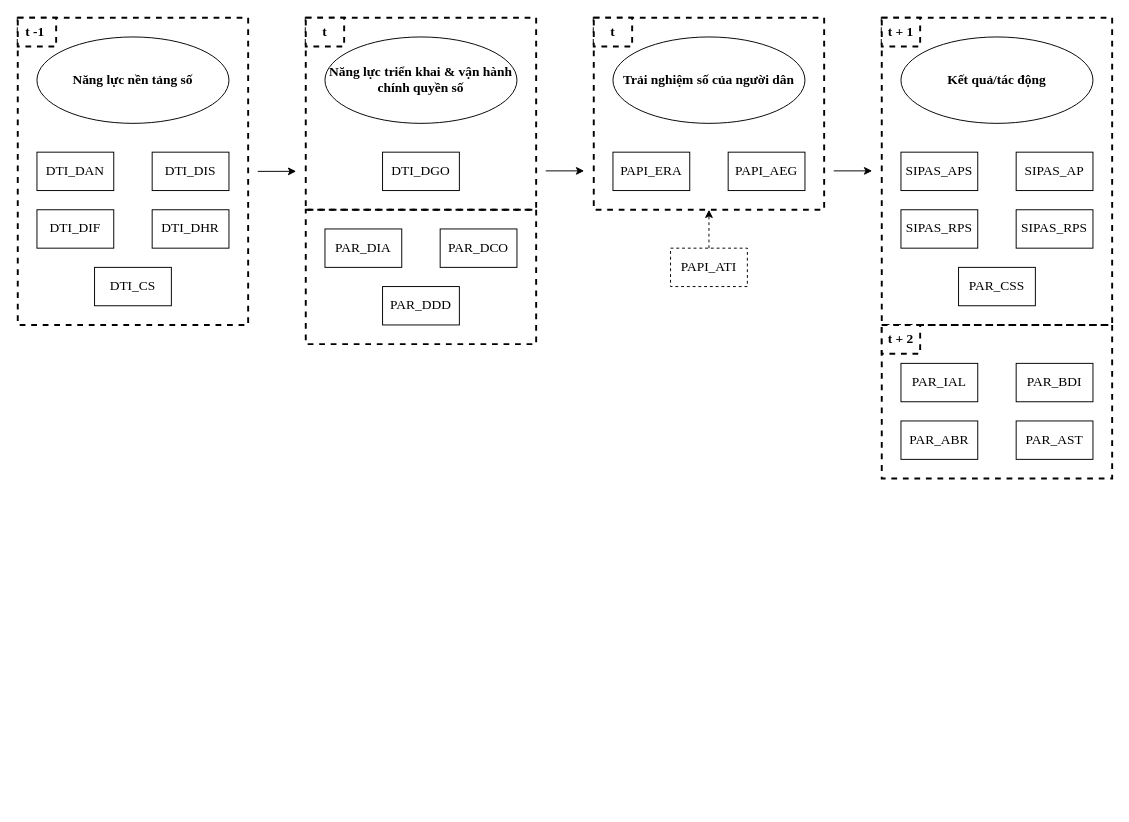
Above: Untitled Diagram.drawio in hnks-gh/draw.io (draw.io), before the change. Source tidied: cells renumbered, new cells numbered last; positions are measured from the earlier drawing's top-left corner, leaving out a move shared by most shapes. Both pictures are drawn from the tidied source at 96%, with x=0, y=0 at pixel (17, 17).
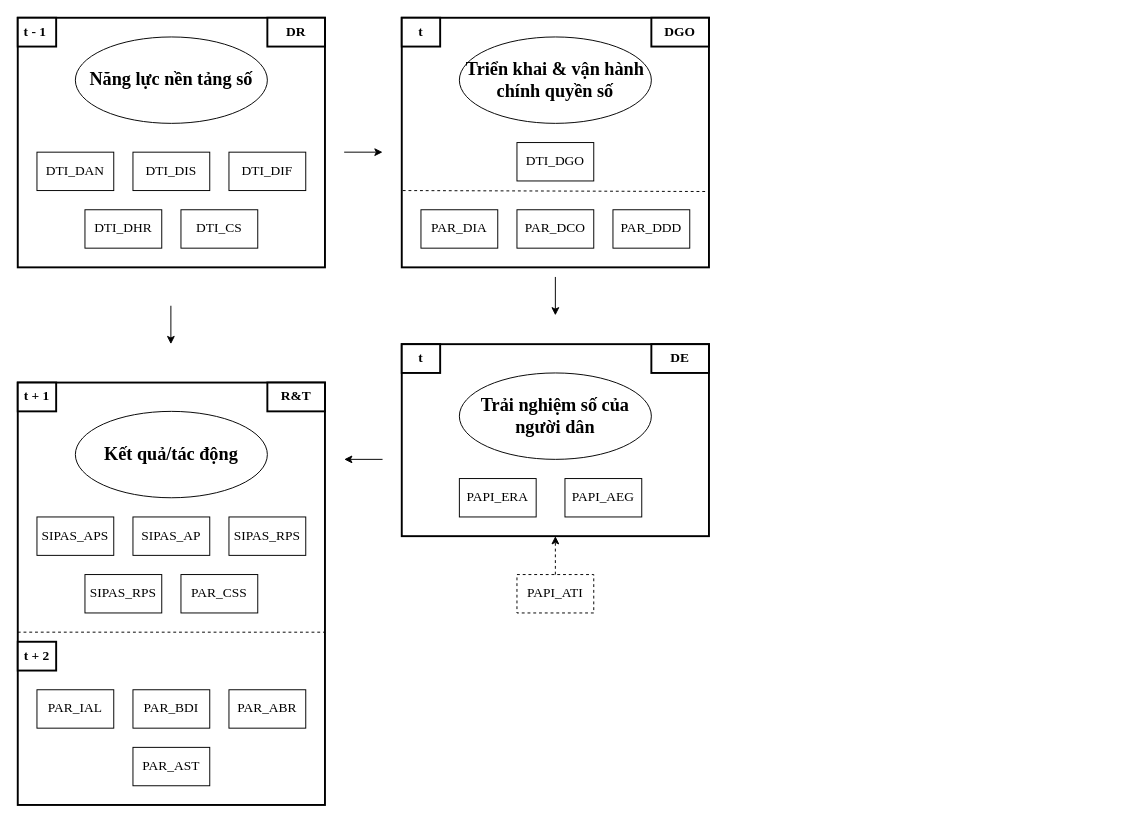
After the change.

Change to the diagram source:
```diff
@@
-    <mxCell id="2" style="rounded=0;whiteSpace=wrap;html=1;strokeWidth=2;fillColor=none;dashed=1;fontFamily=Times New Roman;fontSize=14;" parent="1" vertex="1">
-      <mxGeometry width="240" height="320" as="geometry" />
+    <mxCell id="2" style="rounded=0;whiteSpace=wrap;html=1;strokeWidth=2;fillColor=none;fontFamily=Times New Roman;fontSize=14;" parent="1" vertex="1">
+      <mxGeometry width="320" height="260" as="geometry" />
     </mxCell>
-    <mxCell id="3" style="rounded=0;whiteSpace=wrap;html=1;strokeWidth=2;fillColor=none;dashed=1;fontFamily=Times New Roman;fontSize=14;" parent="1" vertex="1">
-      <mxGeometry x="300" y="200" width="240" height="140" as="geometry" />
-    </mxCell>
-    <mxCell id="4" style="rounded=0;whiteSpace=wrap;html=1;strokeWidth=2;fillColor=none;dashed=1;fontFamily=Times New Roman;fontSize=14;" parent="1" vertex="1">
-      <mxGeometry x="900" y="320" width="240" height="160" as="geometry" />
-    </mxCell>
-    <mxCell id="5" style="rounded=0;whiteSpace=wrap;html=1;strokeWidth=2;fillColor=none;dashed=1;fontFamily=Times New Roman;fontSize=14;" parent="1" vertex="1">
-      <mxGeometry x="900" width="240" height="320" as="geometry" />
+    <mxCell id="5" style="rounded=0;whiteSpace=wrap;html=1;strokeWidth=2;fillColor=none;fontFamily=Times New Roman;fontSize=14;" parent="1" vertex="1">
+      <mxGeometry y="380" width="320" height="440" as="geometry" />
     </mxCell>
-    <mxCell id="6" style="rounded=0;whiteSpace=wrap;html=1;strokeWidth=2;fillColor=none;dashed=1;fontFamily=Times New Roman;fontSize=14;" parent="1" vertex="1">
-      <mxGeometry x="600" width="240" height="200" as="geometry" />
+    <mxCell id="6" style="rounded=0;whiteSpace=wrap;html=1;strokeWidth=2;fillColor=none;fontFamily=Times New Roman;fontSize=14;" parent="1" vertex="1">
+      <mxGeometry x="400" y="340" width="320" height="200" as="geometry" />
     </mxCell>
-    <mxCell id="7" style="rounded=0;whiteSpace=wrap;html=1;strokeWidth=2;fillColor=none;dashed=1;fontFamily=Times New Roman;fontSize=14;" parent="1" vertex="1">
-      <mxGeometry x="300" width="240" height="200" as="geometry" />
+    <mxCell id="7" style="rounded=0;whiteSpace=wrap;html=1;strokeWidth=2;fillColor=none;fontFamily=Times New Roman;fontSize=14;" parent="1" vertex="1">
+      <mxGeometry x="400" width="320" height="260" as="geometry" />
     </mxCell>
@@
-    <mxCell id="9" value="Năng lực nền tảng số" style="ellipse;whiteSpace=wrap;html=1;fontFamily=Times New Roman;fontSize=14;fontStyle=1;" parent="1" vertex="1">
-      <mxGeometry x="20" y="20" width="200" height="90" as="geometry" />
+    <mxCell id="9" value="Năng lực nền tảng số" style="ellipse;whiteSpace=wrap;html=1;fontFamily=Times New Roman;fontSize=19;fontStyle=1;" parent="1" vertex="1">
+      <mxGeometry x="60" y="20" width="200" height="90" as="geometry" />
     </mxCell>
     <mxCell id="10" value="DTI_DIS" style="rounded=0;whiteSpace=wrap;html=1;fontFamily=Times New Roman;fontSize=14;" parent="1" vertex="1">
-      <mxGeometry x="140" y="140" width="80" height="40" as="geometry" />
+      <mxGeometry x="120" y="140" width="80" height="40" as="geometry" />
     </mxCell>
     <mxCell id="11" value="DTI_DIF" style="rounded=0;whiteSpace=wrap;html=1;fontFamily=Times New Roman;fontSize=14;" parent="1" vertex="1">
-      <mxGeometry x="20" y="200" width="80" height="40" as="geometry" />
+      <mxGeometry x="220" y="140" width="80" height="40" as="geometry" />
     </mxCell>
     <mxCell id="12" value="DTI_DHR" style="rounded=0;whiteSpace=wrap;html=1;fontFamily=Times New Roman;fontSize=14;" parent="1" vertex="1">
-      <mxGeometry x="140" y="200" width="80" height="40" as="geometry" />
+      <mxGeometry x="70" y="200" width="80" height="40" as="geometry" />
     </mxCell>
     <mxCell id="13" value="DTI_CS" style="rounded=0;whiteSpace=wrap;html=1;fontFamily=Times New Roman;fontSize=14;" parent="1" vertex="1">
-      <mxGeometry x="80" y="260" width="80" height="40" as="geometry" />
+      <mxGeometry x="170" y="200" width="80" height="40" as="geometry" />
     </mxCell>
-    <mxCell id="14" value="Năng lực triển khai &amp;amp; vận hành chính quyền số" style="ellipse;whiteSpace=wrap;html=1;fontFamily=Times New Roman;fontSize=14;fontStyle=1;" parent="1" vertex="1">
-      <mxGeometry x="320" y="20" width="200" height="90" as="geometry" />
+    <mxCell id="14" value="Triển khai &amp;amp; vận&amp;nbsp;&lt;span style=&quot;background-color: transparent; color: light-dark(rgb(0, 0, 0), rgb(255, 255, 255));&quot;&gt;hành chính quyền số&lt;/span&gt;" style="ellipse;whiteSpace=wrap;html=1;fontFamily=Times New Roman;fontSize=19;fontStyle=1;" parent="1" vertex="1">
+      <mxGeometry x="460" y="20" width="200" height="90" as="geometry" />
     </mxCell>
     <mxCell id="15" value="DTI_DGO" style="rounded=0;whiteSpace=wrap;html=1;fontFamily=Times New Roman;fontSize=14;" parent="1" vertex="1">
-      <mxGeometry x="380" y="140" width="80" height="40" as="geometry" />
+      <mxGeometry x="520" y="130" width="80" height="40" as="geometry" />
     </mxCell>
     <mxCell id="16" value="PAR_DDD" style="rounded=0;whiteSpace=wrap;html=1;fontFamily=Times New Roman;fontSize=14;" parent="1" vertex="1">
-      <mxGeometry x="380" y="280" width="80" height="40" as="geometry" />
+      <mxGeometry x="620" y="200" width="80" height="40" as="geometry" />
     </mxCell>
     <mxCell id="17" value="PAR_DIA" style="rounded=0;whiteSpace=wrap;html=1;fontFamily=Times New Roman;fontSize=14;" parent="1" vertex="1">
-      <mxGeometry x="320" y="220" width="80" height="40" as="geometry" />
+      <mxGeometry x="420" y="200" width="80" height="40" as="geometry" />
     </mxCell>
     <mxCell id="18" value="PAR_DCO" style="rounded=0;whiteSpace=wrap;html=1;fontFamily=Times New Roman;fontSize=14;" parent="1" vertex="1">
-      <mxGeometry x="440" y="220" width="80" height="40" as="geometry" />
+      <mxGeometry x="520" y="200" width="80" height="40" as="geometry" />
     </mxCell>
-    <mxCell id="19" value="Trải nghiệm số của người dân" style="ellipse;whiteSpace=wrap;html=1;fontFamily=Times New Roman;fontSize=14;fontStyle=1;" parent="1" vertex="1">
-      <mxGeometry x="620" y="20" width="200" height="90" as="geometry" />
+    <mxCell id="19" value="Trải nghiệm số của người dân" style="ellipse;whiteSpace=wrap;html=1;fontFamily=Times New Roman;fontSize=19;fontStyle=1;" parent="1" vertex="1">
+      <mxGeometry x="460" y="370" width="200" height="90" as="geometry" />
     </mxCell>
     <mxCell id="20" value="PAPI_ATI" style="rounded=0;whiteSpace=wrap;html=1;dashed=1;fontFamily=Times New Roman;fontSize=14;" parent="1" vertex="1">
-      <mxGeometry x="680" y="240" width="80" height="40" as="geometry" />
+      <mxGeometry x="520" y="580" width="80" height="40" as="geometry" />
     </mxCell>
     <mxCell id="21" value="PAPI_AEG" style="rounded=0;whiteSpace=wrap;html=1;fontFamily=Times New Roman;fontSize=14;" parent="1" vertex="1">
-      <mxGeometry x="740" y="140" width="80" height="40" as="geometry" />
+      <mxGeometry x="570" y="480" width="80" height="40" as="geometry" />
     </mxCell>
     <mxCell id="22" value="PAPI_ERA" style="rounded=0;whiteSpace=wrap;html=1;fontFamily=Times New Roman;fontSize=14;" parent="1" vertex="1">
-      <mxGeometry x="620" y="140" width="80" height="40" as="geometry" />
+      <mxGeometry x="460" y="480" width="80" height="40" as="geometry" />
     </mxCell>
-    <mxCell id="23" value="Kết quả/tác động" style="ellipse;whiteSpace=wrap;html=1;fontFamily=Times New Roman;fontSize=14;fontStyle=1;" parent="1" vertex="1">
-      <mxGeometry x="920" y="20" width="200" height="90" as="geometry" />
+    <mxCell id="23" value="Kết quả/tác động" style="ellipse;whiteSpace=wrap;html=1;fontFamily=Times New Roman;fontSize=19;fontStyle=1;" parent="1" vertex="1">
+      <mxGeometry x="60" y="410" width="200" height="90" as="geometry" />
     </mxCell>
     <mxCell id="24" value="SIPAS_APS" style="rounded=0;whiteSpace=wrap;html=1;fontFamily=Times New Roman;fontSize=14;" parent="1" vertex="1">
-      <mxGeometry x="920" y="140" width="80" height="40" as="geometry" />
+      <mxGeometry x="20" y="520" width="80" height="40" as="geometry" />
     </mxCell>
     <mxCell id="25" value="SIPAS_AP" style="rounded=0;whiteSpace=wrap;html=1;fontFamily=Times New Roman;fontSize=14;" parent="1" vertex="1">
-      <mxGeometry x="1040" y="140" width="80" height="40" as="geometry" />
+      <mxGeometry x="120" y="520" width="80" height="40" as="geometry" />
     </mxCell>
     <mxCell id="26" value="SIPAS_RPS" style="rounded=0;whiteSpace=wrap;html=1;fontFamily=Times New Roman;fontSize=14;" parent="1" vertex="1">
-      <mxGeometry x="920" y="200" width="80" height="40" as="geometry" />
+      <mxGeometry x="220" y="520" width="80" height="40" as="geometry" />
     </mxCell>
     <mxCell id="27" value="SIPAS_RPS" style="rounded=0;whiteSpace=wrap;html=1;fontFamily=Times New Roman;fontSize=14;" parent="1" vertex="1">
-      <mxGeometry x="1040" y="200" width="80" height="40" as="geometry" />
+      <mxGeometry x="70" y="580" width="80" height="40" as="geometry" />
     </mxCell>
     <mxCell id="28" value="PAR_CSS" style="rounded=0;whiteSpace=wrap;html=1;fontFamily=Times New Roman;fontSize=14;" parent="1" vertex="1">
-      <mxGeometry x="980" y="260" width="80" height="40" as="geometry" />
+      <mxGeometry x="170" y="580" width="80" height="40" as="geometry" />
     </mxCell>
     <mxCell id="29" value="PAR_IAL" style="rounded=0;whiteSpace=wrap;html=1;fontFamily=Times New Roman;fontSize=14;" parent="1" vertex="1">
-      <mxGeometry x="920" y="360" width="80" height="40" as="geometry" />
+      <mxGeometry x="20" y="700" width="80" height="40" as="geometry" />
     </mxCell>
     <mxCell id="30" value="PAR_BDI" style="rounded=0;whiteSpace=wrap;html=1;fontFamily=Times New Roman;fontSize=14;" parent="1" vertex="1">
-      <mxGeometry x="1040" y="360" width="80" height="40" as="geometry" />
+      <mxGeometry x="120" y="700" width="80" height="40" as="geometry" />
     </mxCell>
     <mxCell id="31" value="PAR_ABR" style="rounded=0;whiteSpace=wrap;html=1;fontFamily=Times New Roman;fontSize=14;" parent="1" vertex="1">
-      <mxGeometry x="920" y="420" width="80" height="40" as="geometry" />
+      <mxGeometry x="220" y="700" width="80" height="40" as="geometry" />
     </mxCell>
     <mxCell id="32" value="PAR_AST" style="rounded=0;whiteSpace=wrap;html=1;fontFamily=Times New Roman;fontSize=14;" parent="1" vertex="1">
-      <mxGeometry x="1040" y="420" width="80" height="40" as="geometry" />
+      <mxGeometry x="120" y="760" width="80" height="40" as="geometry" />
     </mxCell>
@@
     <mxCell id="34" style="endArrow=classic;html=1;rounded=0;" parent="1" edge="1">
       <mxGeometry relative="1" as="geometry">
-        <mxPoint x="250" y="160" as="sourcePoint" />
-        <mxPoint x="290" y="160" as="targetPoint" />
+        <mxPoint x="340" y="140" as="sourcePoint" />
+        <mxPoint x="380" y="140" as="targetPoint" />
       </mxGeometry>
     </mxCell>
     <mxCell id="35" style="endArrow=classic;html=1;rounded=0;" parent="1" edge="1">
       <mxGeometry relative="1" as="geometry">
-        <mxPoint x="550" y="159.5" as="sourcePoint" />
-        <mxPoint x="590" y="159.5" as="targetPoint" />
+        <mxPoint x="560" y="270" as="sourcePoint" />
+        <mxPoint x="560" y="310" as="targetPoint" />
       </mxGeometry>
     </mxCell>
     <mxCell id="36" style="endArrow=classic;html=1;rounded=0;" parent="1" edge="1">
       <mxGeometry relative="1" as="geometry">
-        <mxPoint x="850" y="159.5" as="sourcePoint" />
-        <mxPoint x="890" y="159.5" as="targetPoint" />
+        <mxPoint x="380" y="460" as="sourcePoint" />
+        <mxPoint x="340" y="460" as="targetPoint" />
       </mxGeometry>
     </mxCell>
-    <mxCell id="37" value="&lt;b&gt;t -1&amp;nbsp;&lt;/b&gt;" style="rounded=0;whiteSpace=wrap;html=1;fontFamily=Times New Roman;fontSize=14;dashed=1;strokeWidth=2;" parent="1" vertex="1">
+    <mxCell id="37" value="&lt;b&gt;t - 1&amp;nbsp;&lt;/b&gt;" style="rounded=0;whiteSpace=wrap;html=1;fontFamily=Times New Roman;fontSize=14;strokeWidth=2;" parent="1" vertex="1">
       <mxGeometry width="40" height="30" as="geometry" />
     </mxCell>
-    <mxCell id="38" value="&lt;b&gt;t&lt;/b&gt;" style="rounded=0;whiteSpace=wrap;html=1;fontFamily=Times New Roman;fontSize=14;dashed=1;strokeWidth=2;" parent="1" vertex="1">
-      <mxGeometry x="300" width="40" height="30" as="geometry" />
+    <mxCell id="38" value="&lt;b&gt;t&lt;/b&gt;" style="rounded=0;whiteSpace=wrap;html=1;fontFamily=Times New Roman;fontSize=14;strokeWidth=2;" parent="1" vertex="1">
+      <mxGeometry x="400" width="40" height="30" as="geometry" />
     </mxCell>
-    <mxCell id="39" value="&lt;b&gt;t&lt;/b&gt;" style="rounded=0;whiteSpace=wrap;html=1;fontFamily=Times New Roman;fontSize=14;dashed=1;strokeWidth=2;" parent="1" vertex="1">
-      <mxGeometry x="600" width="40" height="30" as="geometry" />
+    <mxCell id="39" value="&lt;b&gt;t&lt;/b&gt;" style="rounded=0;whiteSpace=wrap;html=1;fontFamily=Times New Roman;fontSize=14;strokeWidth=2;" parent="1" vertex="1">
+      <mxGeometry x="400" y="340" width="40" height="30" as="geometry" />
     </mxCell>
-    <mxCell id="40" value="&lt;b&gt;t + 1&lt;/b&gt;" style="rounded=0;whiteSpace=wrap;html=1;fontFamily=Times New Roman;fontSize=14;dashed=1;strokeWidth=2;" parent="1" vertex="1">
-      <mxGeometry x="900" width="40" height="30" as="geometry" />
+    <mxCell id="40" value="&lt;b&gt;t + 1&lt;/b&gt;" style="rounded=0;whiteSpace=wrap;html=1;fontFamily=Times New Roman;fontSize=14;strokeWidth=2;" parent="1" vertex="1">
+      <mxGeometry y="380" width="40" height="30" as="geometry" />
     </mxCell>
-    <mxCell id="41" value="&lt;b&gt;t + 2&lt;/b&gt;" style="rounded=0;whiteSpace=wrap;html=1;fontFamily=Times New Roman;fontSize=14;dashed=1;strokeWidth=2;" parent="1" vertex="1">
-      <mxGeometry x="900" y="320" width="40" height="30" as="geometry" />
+    <mxCell id="41" value="&lt;b&gt;t + 2&lt;/b&gt;" style="rounded=0;whiteSpace=wrap;html=1;fontFamily=Times New Roman;fontSize=14;strokeWidth=2;" parent="1" vertex="1">
+      <mxGeometry y="650" width="40" height="30" as="geometry" />
     </mxCell>
+    <mxCell id="42" style="endArrow=none;dashed=1;html=1;rounded=0;entryX=0.997;entryY=0.718;entryDx=0;entryDy=0;entryPerimeter=0;" parent="1" edge="1">
+      <mxGeometry relative="1" as="geometry">
+        <mxPoint x="401" y="180" as="sourcePoint" />
+        <mxPoint x="720" y="181" as="targetPoint" />
+      </mxGeometry>
+    </mxCell>
+    <mxCell id="43" style="endArrow=none;dashed=1;html=1;rounded=0;entryX=0.997;entryY=0.591;entryDx=0;entryDy=0;entryPerimeter=0;" parent="1" edge="1" target="5">
+      <mxGeometry relative="1" as="geometry">
+        <mxPoint y="640" as="sourcePoint" />
+      </mxGeometry>
+    </mxCell>
+    <mxCell id="44" style="endArrow=classic;html=1;rounded=0;" parent="1" edge="1">
+      <mxGeometry relative="1" as="geometry">
+        <mxPoint x="159.5" y="300" as="sourcePoint" />
+        <mxPoint x="159.5" y="340" as="targetPoint" />
+      </mxGeometry>
+    </mxCell>
+    <mxCell id="45" value="&lt;b&gt;DR&lt;/b&gt;" style="rounded=0;whiteSpace=wrap;html=1;fontFamily=Times New Roman;fontSize=14;strokeWidth=2;" parent="1" vertex="1">
+      <mxGeometry x="260" width="60" height="30" as="geometry" />
+    </mxCell>
+    <mxCell id="46" value="&lt;b&gt;DGO&lt;/b&gt;" style="rounded=0;whiteSpace=wrap;html=1;fontFamily=Times New Roman;fontSize=14;strokeWidth=2;" parent="1" vertex="1">
+      <mxGeometry x="660" width="60" height="30" as="geometry" />
+    </mxCell>
+    <mxCell id="47" value="&lt;b&gt;DE&lt;/b&gt;" style="rounded=0;whiteSpace=wrap;html=1;fontFamily=Times New Roman;fontSize=14;strokeWidth=2;" parent="1" vertex="1">
+      <mxGeometry x="660" y="340" width="60" height="30" as="geometry" />
+    </mxCell>
+    <mxCell id="48" value="&lt;b&gt;R&amp;amp;T&lt;/b&gt;" style="rounded=0;whiteSpace=wrap;html=1;fontFamily=Times New Roman;fontSize=14;strokeWidth=2;" parent="1" vertex="1">
+      <mxGeometry x="260" y="380" width="60" height="30" as="geometry" />
+    </mxCell>
```
